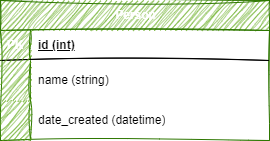
The draw.io diagram person-uml-diagram.drawio.png in carnage999-max/HNGx-stage-two, before a commit. Source tidied: cells renumbered, new cells last; positions are measured from the earlier drawing's top-left corner, leaving out a move shared by most shapes.
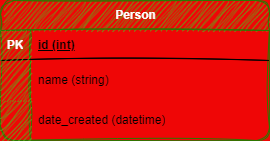
The same diagram one commit later.

What changed in the source:
```diff
@@ -1,35 +1,35 @@
-<mxGraphModel>
+<mxGraphModel background="#ef0606">
   <root>
     <mxCell id="0" />
     <mxCell id="1" parent="0" />
-    <mxCell id="2" value="Person" style="shape=table;startSize=30;rowLines=0;fontStyle=1;align=center;html=1;fillColor=#60a917;strokeColor=#2D7600;fontColor=#ffffff;sketch=1;curveFitting=1;jiggle=2;" parent="1" vertex="1">
+    <mxCell id="2" value="Person" style="shape=table;startSize=30;rowLines=0;fontStyle=1;align=center;html=1;fillColor=#60a917;strokeColor=#2D7600;fontColor=#ffffff;rounded=1;sketch=1;curveFitting=1;jiggle=2;" parent="1" vertex="1">
       <mxGeometry width="269" height="140" as="geometry" />
     </mxCell>
-    <mxCell id="3" style="shape=tableRow;horizontal=0;startSize=0;swimlaneHead=0;swimlaneBody=0;fillColor=none;top=0;left=0;right=0;bottom=1;sketch=1;curveFitting=1;jiggle=2;" parent="2" vertex="1">
+    <mxCell id="3" style="shape=tableRow;horizontal=0;startSize=0;swimlaneHead=0;swimlaneBody=0;fillColor=none;top=0;left=0;right=0;bottom=1;rounded=1;sketch=1;curveFitting=1;jiggle=2;" parent="2" vertex="1">
       <mxGeometry y="30" width="269" height="30" as="geometry" />
     </mxCell>
-    <mxCell id="4" value="PK" style="shape=partialRectangle;fillColor=#60a917;top=0;left=0;bottom=0;right=0;fontStyle=1;overflow=hidden;whiteSpace=wrap;html=1;strokeColor=#2D7600;fontColor=#ffffff;sketch=1;curveFitting=1;jiggle=2;" parent="3" vertex="1">
+    <mxCell id="4" value="PK" style="shape=partialRectangle;fillColor=#60a917;top=0;left=0;bottom=0;right=0;fontStyle=1;overflow=hidden;whiteSpace=wrap;html=1;strokeColor=#2D7600;fontColor=#ffffff;rounded=1;sketch=1;curveFitting=1;jiggle=2;" parent="3" vertex="1">
       <mxGeometry width="30" height="30" as="geometry" />
     </mxCell>
-    <mxCell id="5" value="id (int)" style="shape=partialRectangle;fillColor=none;top=0;left=0;bottom=0;right=0;align=left;spacingLeft=6;fontStyle=5;overflow=hidden;whiteSpace=wrap;html=1;sketch=1;curveFitting=1;jiggle=2;" parent="3" vertex="1">
+    <mxCell id="5" value="id (int)" style="shape=partialRectangle;fillColor=none;top=0;left=0;bottom=0;right=0;align=left;spacingLeft=6;fontStyle=5;overflow=hidden;whiteSpace=wrap;html=1;rounded=1;sketch=1;curveFitting=1;jiggle=2;" parent="3" vertex="1">
       <mxGeometry x="30" width="239" height="30" as="geometry" />
     </mxCell>
-    <mxCell id="6" style="shape=tableRow;horizontal=0;startSize=0;swimlaneHead=0;swimlaneBody=0;fillColor=none;top=0;left=0;right=0;bottom=0;sketch=1;curveFitting=1;jiggle=2;" parent="2" vertex="1">
+    <mxCell id="6" style="shape=tableRow;horizontal=0;startSize=0;swimlaneHead=0;swimlaneBody=0;fillColor=none;top=0;left=0;right=0;bottom=0;rounded=1;sketch=1;curveFitting=1;jiggle=2;" parent="2" vertex="1">
       <mxGeometry y="60" width="269" height="40" as="geometry" />
     </mxCell>
-    <mxCell id="7" style="shape=partialRectangle;fillColor=#60a917;top=0;left=0;bottom=0;right=0;overflow=hidden;whiteSpace=wrap;html=1;strokeColor=#2D7600;fontColor=#ffffff;sketch=1;curveFitting=1;jiggle=2;" parent="6" vertex="1">
+    <mxCell id="7" style="shape=partialRectangle;fillColor=#60a917;top=0;left=0;bottom=0;right=0;overflow=hidden;whiteSpace=wrap;html=1;strokeColor=#2D7600;fontColor=#ffffff;rounded=1;sketch=1;curveFitting=1;jiggle=2;" parent="6" vertex="1">
       <mxGeometry width="30" height="40" as="geometry" />
     </mxCell>
-    <mxCell id="8" value="name (string)" style="shape=partialRectangle;fillColor=none;top=0;left=0;bottom=0;right=0;align=left;spacingLeft=6;overflow=hidden;whiteSpace=wrap;html=1;sketch=1;curveFitting=1;jiggle=2;" parent="6" vertex="1">
+    <mxCell id="8" value="name (string)" style="shape=partialRectangle;fillColor=none;top=0;left=0;bottom=0;right=0;align=left;spacingLeft=6;overflow=hidden;whiteSpace=wrap;html=1;shadow=0;rounded=1;sketch=1;curveFitting=1;jiggle=2;" parent="6" vertex="1">
       <mxGeometry x="30" width="239" height="40" as="geometry" />
     </mxCell>
-    <mxCell id="9" style="shape=tableRow;horizontal=0;startSize=0;swimlaneHead=0;swimlaneBody=0;fillColor=none;top=0;left=0;right=0;bottom=0;sketch=1;curveFitting=1;jiggle=2;" parent="2" vertex="1">
+    <mxCell id="9" style="shape=tableRow;horizontal=0;startSize=0;swimlaneHead=0;swimlaneBody=0;fillColor=none;top=0;left=0;right=0;bottom=0;rounded=1;sketch=1;curveFitting=1;jiggle=2;" parent="2" vertex="1">
       <mxGeometry y="100" width="269" height="40" as="geometry" />
     </mxCell>
-    <mxCell id="10" style="shape=partialRectangle;fillColor=#60a917;top=0;left=0;bottom=0;right=0;overflow=hidden;whiteSpace=wrap;html=1;strokeColor=#2D7600;fontColor=#ffffff;sketch=1;curveFitting=1;jiggle=2;" parent="9" vertex="1">
+    <mxCell id="10" style="shape=partialRectangle;fillColor=#60a917;top=0;left=0;bottom=0;right=0;overflow=hidden;whiteSpace=wrap;html=1;strokeColor=#2D7600;fontColor=#ffffff;rounded=1;sketch=1;curveFitting=1;jiggle=2;" parent="9" vertex="1">
       <mxGeometry width="30" height="40" as="geometry" />
     </mxCell>
-    <mxCell id="11" value="date_created (datetime)" style="shape=partialRectangle;fillColor=none;top=0;left=0;bottom=0;right=0;align=left;spacingLeft=6;overflow=hidden;whiteSpace=wrap;html=1;sketch=1;curveFitting=1;jiggle=2;" parent="9" vertex="1">
+    <mxCell id="11" value="date_created (datetime)" style="shape=partialRectangle;fillColor=none;top=0;left=0;bottom=0;right=0;align=left;spacingLeft=6;overflow=hidden;whiteSpace=wrap;html=1;rounded=1;sketch=1;curveFitting=1;jiggle=2;" parent="9" vertex="1">
       <mxGeometry x="30" width="239" height="40" as="geometry" />
     </mxCell>
   </root>
```
